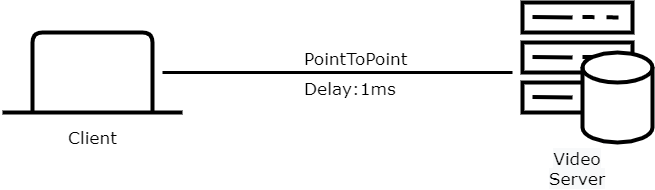
Above: img/scenario1.png in xxliu95/TFM (draw.io), before the change. Source tidied: cells renumbered, new cells last; positions are measured from the earlier drawing's top-left corner, leaving out a move shared by most shapes. The source it was exported from:
```xml
<mxGraphModel background="#ffffff">
  <root>
    <mxCell id="0" />
    <mxCell id="1" parent="0" />
    <mxCell id="2" style="group;" parent="1" vertex="1">
      <mxGeometry y="30" width="180" height="120" as="geometry" />
    </mxCell>
    <mxCell id="3" style="endArrow=none;html=1;strokeWidth=4;fontStyle=0;" parent="2" edge="1">
      <mxGeometry relative="1" as="geometry">
        <mxPoint x="30" y="80" as="sourcePoint" />
        <mxPoint x="150" y="80" as="targetPoint" />
        <Array as="points">
          <mxPoint x="30" />
          <mxPoint x="150" />
        </Array>
      </mxGeometry>
    </mxCell>
    <mxCell id="4" style="endArrow=none;html=1;strokeWidth=4;fontStyle=0;" parent="2" edge="1">
      <mxGeometry relative="1" as="geometry">
        <mxPoint y="80" as="sourcePoint" />
        <mxPoint x="180" y="80" as="targetPoint" />
      </mxGeometry>
    </mxCell>
    <mxCell id="5" value="Client" style="text;html=1;align=center;verticalAlign=middle;fontFamily=Verdana;fontSize=17;fontStyle=0;" parent="2" vertex="1">
      <mxGeometry x="60" y="90" width="60" height="30" as="geometry" />
    </mxCell>
    <mxCell id="6" style="endArrow=none;html=1;strokeWidth=3;fontStyle=0;" parent="1" edge="1">
      <mxGeometry x="230" y="260" as="geometry">
        <mxPoint x="160" y="70" as="sourcePoint" />
        <mxPoint x="510" y="70" as="targetPoint" />
      </mxGeometry>
    </mxCell>
    <mxCell id="7" style="group;strokeWidth=4;" parent="1" vertex="1">
      <mxGeometry x="520" width="110" height="110" as="geometry" />
    </mxCell>
    <mxCell id="8" style="rounded=0;whiteSpace=wrap;html=1;strokeColor=#000000;strokeWidth=4;fillColor=#ffffff;fontFamily=Verdana;fontSize=17;" parent="7" vertex="1">
      <mxGeometry width="110" height="30" as="geometry" />
    </mxCell>
    <mxCell id="9" style="endArrow=none;html=1;strokeWidth=4;fontFamily=Verdana;fontSize=17;" parent="7" edge="1">
      <mxGeometry relative="1" as="geometry">
        <mxPoint x="10" y="14.5" as="sourcePoint" />
        <mxPoint x="50" y="15" as="targetPoint" />
        <Array as="points">
          <mxPoint x="50" y="15" />
        </Array>
      </mxGeometry>
    </mxCell>
    <mxCell id="10" style="endArrow=none;html=1;strokeWidth=4;fontFamily=Verdana;fontSize=17;dashed=1;" parent="7" edge="1">
      <mxGeometry relative="1" as="geometry">
        <mxPoint x="60" y="14.5" as="sourcePoint" />
        <mxPoint x="100" y="15" as="targetPoint" />
        <Array as="points">
          <mxPoint x="100" y="15" />
        </Array>
      </mxGeometry>
    </mxCell>
    <mxCell id="11" style="rounded=0;whiteSpace=wrap;html=1;strokeColor=#000000;strokeWidth=4;fillColor=#ffffff;fontFamily=Verdana;fontSize=17;" parent="7" vertex="1">
      <mxGeometry y="40" width="110" height="30" as="geometry" />
    </mxCell>
    <mxCell id="12" style="endArrow=none;html=1;strokeWidth=4;fontFamily=Verdana;fontSize=17;" parent="7" edge="1">
      <mxGeometry relative="1" as="geometry">
        <mxPoint x="10" y="54.5" as="sourcePoint" />
        <mxPoint x="50" y="55" as="targetPoint" />
        <Array as="points">
          <mxPoint x="50" y="55" />
        </Array>
      </mxGeometry>
    </mxCell>
    <mxCell id="13" style="endArrow=none;html=1;strokeWidth=4;fontFamily=Verdana;fontSize=17;dashed=1;" parent="7" edge="1">
      <mxGeometry relative="1" as="geometry">
        <mxPoint x="60" y="54.5" as="sourcePoint" />
        <mxPoint x="100" y="55" as="targetPoint" />
        <Array as="points">
          <mxPoint x="100" y="55" />
        </Array>
      </mxGeometry>
    </mxCell>
    <mxCell id="14" style="rounded=0;whiteSpace=wrap;html=1;strokeColor=#000000;strokeWidth=4;fillColor=#ffffff;fontFamily=Verdana;fontSize=17;" parent="7" vertex="1">
      <mxGeometry y="80" width="110" height="30" as="geometry" />
    </mxCell>
    <mxCell id="15" style="endArrow=none;html=1;strokeWidth=4;fontFamily=Verdana;fontSize=17;" parent="7" edge="1">
      <mxGeometry relative="1" as="geometry">
        <mxPoint x="10" y="94.5" as="sourcePoint" />
        <mxPoint x="50" y="95" as="targetPoint" />
        <Array as="points">
          <mxPoint x="50" y="95" />
        </Array>
      </mxGeometry>
    </mxCell>
    <mxCell id="16" style="endArrow=none;html=1;strokeWidth=4;fontFamily=Verdana;fontSize=17;dashed=1;" parent="7" edge="1">
      <mxGeometry relative="1" as="geometry">
        <mxPoint x="60" y="94.5" as="sourcePoint" />
        <mxPoint x="100" y="95" as="targetPoint" />
        <Array as="points">
          <mxPoint x="100" y="95" />
        </Array>
      </mxGeometry>
    </mxCell>
    <mxCell id="17" style="shape=cylinder3;whiteSpace=wrap;html=1;boundedLbl=1;backgroundOutline=1;size=15;strokeColor=#000000;strokeWidth=4;fontFamily=Verdana;fontSize=17;" parent="1" vertex="1">
      <mxGeometry x="580" y="50" width="70" height="90" as="geometry" />
    </mxCell>
    <mxCell id="18" value="&lt;span style=&quot;color: rgb(0, 0, 0); font-family: verdana; font-size: 17px; font-style: normal; font-weight: 400; letter-spacing: normal; text-indent: 0px; text-transform: none; word-spacing: 0px; background-color: rgb(248, 249, 250); display: inline; float: none;&quot;&gt;Video&lt;br&gt;Server&lt;br&gt;&lt;/span&gt;" style="text;whiteSpace=wrap;html=1;fontSize=17;fontFamily=Verdana;align=center;" parent="1" vertex="1">
      <mxGeometry x="540" y="140" width="70" height="40" as="geometry" />
    </mxCell>
    <mxCell id="19" value="&lt;div style=&quot;text-align: center&quot;&gt;&lt;span&gt;&lt;font face=&quot;verdana&quot;&gt;PointToPoint&lt;/font&gt;&lt;/span&gt;&lt;/div&gt;" style="text;whiteSpace=wrap;html=1;fontSize=17;fontFamily=Verdana;" parent="1" vertex="1">
      <mxGeometry x="300" y="40" width="80" height="60" as="geometry" />
    </mxCell>
    <mxCell id="20" value="&lt;div style=&quot;text-align: center&quot;&gt;&lt;span&gt;&lt;font face=&quot;verdana&quot;&gt;Delay:1ms&lt;/font&gt;&lt;/span&gt;&lt;/div&gt;" style="text;whiteSpace=wrap;html=1;fontSize=17;fontFamily=Verdana;" parent="1" vertex="1">
      <mxGeometry x="300" y="70" width="80" height="60" as="geometry" />
    </mxCell>
  </root>
</mxGraphModel>
```
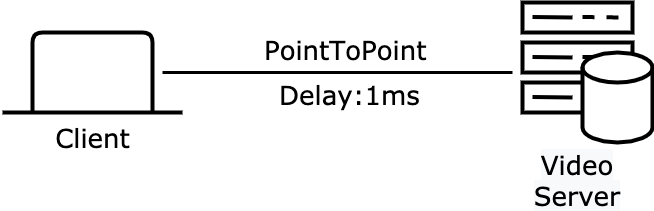
The same file after the commit.

Change to the diagram source:
```diff
@@ -2,10 +2,10 @@
   <root>
     <mxCell id="0" />
     <mxCell id="1" parent="0" />
-    <mxCell id="2" style="group;" parent="1" vertex="1">
-      <mxGeometry y="30" width="180" height="120" as="geometry" />
+    <mxCell id="2" style="group;fontSize=26;" parent="1" vertex="1">
+      <mxGeometry y="30" width="180" height="125" as="geometry" />
     </mxCell>
-    <mxCell id="3" style="endArrow=none;html=1;strokeWidth=4;fontStyle=0;" parent="2" edge="1">
+    <mxCell id="3" style="endArrow=none;html=1;strokeWidth=4;fontStyle=0;fontSize=26;" parent="2" edge="1">
       <mxGeometry relative="1" as="geometry">
         <mxPoint x="30" y="80" as="sourcePoint" />
         <mxPoint x="150" y="80" as="targetPoint" />
@@ -15,28 +15,28 @@
         </Array>
       </mxGeometry>
     </mxCell>
-    <mxCell id="4" style="endArrow=none;html=1;strokeWidth=4;fontStyle=0;" parent="2" edge="1">
+    <mxCell id="4" style="endArrow=none;html=1;strokeWidth=4;fontStyle=0;fontSize=26;" parent="2" edge="1">
       <mxGeometry relative="1" as="geometry">
         <mxPoint y="80" as="sourcePoint" />
         <mxPoint x="180" y="80" as="targetPoint" />
       </mxGeometry>
     </mxCell>
-    <mxCell id="5" value="Client" style="text;html=1;align=center;verticalAlign=middle;fontFamily=Verdana;fontSize=17;fontStyle=0;" parent="2" vertex="1">
-      <mxGeometry x="60" y="90" width="60" height="30" as="geometry" />
+    <mxCell id="5" value="Client" style="text;html=1;align=center;verticalAlign=middle;fontFamily=Verdana;fontSize=26;fontStyle=0;" parent="2" vertex="1">
+      <mxGeometry x="45" y="85" width="90" height="40" as="geometry" />
     </mxCell>
-    <mxCell id="6" style="endArrow=none;html=1;strokeWidth=3;fontStyle=0;" parent="1" edge="1">
+    <mxCell id="6" style="endArrow=none;html=1;strokeWidth=3;fontStyle=0;fontSize=26;" parent="1" edge="1">
       <mxGeometry x="230" y="260" as="geometry">
         <mxPoint x="160" y="70" as="sourcePoint" />
         <mxPoint x="510" y="70" as="targetPoint" />
       </mxGeometry>
     </mxCell>
-    <mxCell id="7" style="group;strokeWidth=4;" parent="1" vertex="1">
+    <mxCell id="7" style="group;strokeWidth=4;fontSize=26;" parent="1" vertex="1">
       <mxGeometry x="520" width="110" height="110" as="geometry" />
     </mxCell>
-    <mxCell id="8" style="rounded=0;whiteSpace=wrap;html=1;strokeColor=#000000;strokeWidth=4;fillColor=#ffffff;fontFamily=Verdana;fontSize=17;" parent="7" vertex="1">
+    <mxCell id="8" style="rounded=0;whiteSpace=wrap;html=1;strokeColor=#000000;strokeWidth=4;fillColor=#ffffff;fontFamily=Verdana;fontSize=26;" parent="7" vertex="1">
       <mxGeometry width="110" height="30" as="geometry" />
     </mxCell>
-    <mxCell id="9" style="endArrow=none;html=1;strokeWidth=4;fontFamily=Verdana;fontSize=17;" parent="7" edge="1">
+    <mxCell id="9" style="endArrow=none;html=1;strokeWidth=4;fontFamily=Verdana;fontSize=26;" parent="7" edge="1">
       <mxGeometry relative="1" as="geometry">
         <mxPoint x="10" y="14.5" as="sourcePoint" />
         <mxPoint x="50" y="15" as="targetPoint" />
@@ -45,7 +45,7 @@
         </Array>
       </mxGeometry>
     </mxCell>
-    <mxCell id="10" style="endArrow=none;html=1;strokeWidth=4;fontFamily=Verdana;fontSize=17;dashed=1;" parent="7" edge="1">
+    <mxCell id="10" style="endArrow=none;html=1;strokeWidth=4;fontFamily=Verdana;fontSize=26;dashed=1;" parent="7" edge="1">
       <mxGeometry relative="1" as="geometry">
         <mxPoint x="60" y="14.5" as="sourcePoint" />
         <mxPoint x="100" y="15" as="targetPoint" />
@@ -54,10 +54,10 @@
         </Array>
       </mxGeometry>
     </mxCell>
-    <mxCell id="11" style="rounded=0;whiteSpace=wrap;html=1;strokeColor=#000000;strokeWidth=4;fillColor=#ffffff;fontFamily=Verdana;fontSize=17;" parent="7" vertex="1">
+    <mxCell id="11" style="rounded=0;whiteSpace=wrap;html=1;strokeColor=#000000;strokeWidth=4;fillColor=#ffffff;fontFamily=Verdana;fontSize=26;" parent="7" vertex="1">
       <mxGeometry y="40" width="110" height="30" as="geometry" />
     </mxCell>
-    <mxCell id="12" style="endArrow=none;html=1;strokeWidth=4;fontFamily=Verdana;fontSize=17;" parent="7" edge="1">
+    <mxCell id="12" style="endArrow=none;html=1;strokeWidth=4;fontFamily=Verdana;fontSize=26;" parent="7" edge="1">
       <mxGeometry relative="1" as="geometry">
         <mxPoint x="10" y="54.5" as="sourcePoint" />
         <mxPoint x="50" y="55" as="targetPoint" />
@@ -66,7 +66,7 @@
         </Array>
       </mxGeometry>
     </mxCell>
-    <mxCell id="13" style="endArrow=none;html=1;strokeWidth=4;fontFamily=Verdana;fontSize=17;dashed=1;" parent="7" edge="1">
+    <mxCell id="13" style="endArrow=none;html=1;strokeWidth=4;fontFamily=Verdana;fontSize=26;dashed=1;" parent="7" edge="1">
       <mxGeometry relative="1" as="geometry">
         <mxPoint x="60" y="54.5" as="sourcePoint" />
         <mxPoint x="100" y="55" as="targetPoint" />
@@ -75,10 +75,10 @@
         </Array>
       </mxGeometry>
     </mxCell>
-    <mxCell id="14" style="rounded=0;whiteSpace=wrap;html=1;strokeColor=#000000;strokeWidth=4;fillColor=#ffffff;fontFamily=Verdana;fontSize=17;" parent="7" vertex="1">
+    <mxCell id="14" style="rounded=0;whiteSpace=wrap;html=1;strokeColor=#000000;strokeWidth=4;fillColor=#ffffff;fontFamily=Verdana;fontSize=26;" parent="7" vertex="1">
       <mxGeometry y="80" width="110" height="30" as="geometry" />
     </mxCell>
-    <mxCell id="15" style="endArrow=none;html=1;strokeWidth=4;fontFamily=Verdana;fontSize=17;" parent="7" edge="1">
+    <mxCell id="15" style="endArrow=none;html=1;strokeWidth=4;fontFamily=Verdana;fontSize=26;" parent="7" edge="1">
       <mxGeometry relative="1" as="geometry">
         <mxPoint x="10" y="94.5" as="sourcePoint" />
         <mxPoint x="50" y="95" as="targetPoint" />
@@ -87,7 +87,7 @@
         </Array>
       </mxGeometry>
     </mxCell>
-    <mxCell id="16" style="endArrow=none;html=1;strokeWidth=4;fontFamily=Verdana;fontSize=17;dashed=1;" parent="7" edge="1">
+    <mxCell id="16" style="endArrow=none;html=1;strokeWidth=4;fontFamily=Verdana;fontSize=26;dashed=1;" parent="7" edge="1">
       <mxGeometry relative="1" as="geometry">
         <mxPoint x="60" y="94.5" as="sourcePoint" />
         <mxPoint x="100" y="95" as="targetPoint" />
@@ -96,17 +96,17 @@
         </Array>
       </mxGeometry>
     </mxCell>
-    <mxCell id="17" style="shape=cylinder3;whiteSpace=wrap;html=1;boundedLbl=1;backgroundOutline=1;size=15;strokeColor=#000000;strokeWidth=4;fontFamily=Verdana;fontSize=17;" parent="1" vertex="1">
+    <mxCell id="17" style="shape=cylinder3;whiteSpace=wrap;html=1;boundedLbl=1;backgroundOutline=1;size=15;strokeColor=#000000;strokeWidth=4;fontFamily=Verdana;fontSize=26;" parent="1" vertex="1">
       <mxGeometry x="580" y="50" width="70" height="90" as="geometry" />
     </mxCell>
-    <mxCell id="18" value="&lt;span style=&quot;color: rgb(0, 0, 0); font-family: verdana; font-size: 17px; font-style: normal; font-weight: 400; letter-spacing: normal; text-indent: 0px; text-transform: none; word-spacing: 0px; background-color: rgb(248, 249, 250); display: inline; float: none;&quot;&gt;Video&lt;br&gt;Server&lt;br&gt;&lt;/span&gt;" style="text;whiteSpace=wrap;html=1;fontSize=17;fontFamily=Verdana;align=center;" parent="1" vertex="1">
+    <mxCell id="18" value="&lt;span style=&quot;color: rgb(0, 0, 0); font-family: verdana; font-size: 26px; font-style: normal; font-weight: 400; letter-spacing: normal; text-indent: 0px; text-transform: none; word-spacing: 0px; background-color: rgb(248, 249, 250); display: inline; float: none;&quot;&gt;Video&lt;br style=&quot;font-size: 26px;&quot;&gt;Server&lt;br style=&quot;font-size: 26px;&quot;&gt;&lt;/span&gt;" style="text;whiteSpace=wrap;html=1;fontSize=26;fontFamily=Verdana;align=center;" parent="1" vertex="1">
       <mxGeometry x="540" y="140" width="70" height="40" as="geometry" />
     </mxCell>
-    <mxCell id="19" value="&lt;div style=&quot;text-align: center&quot;&gt;&lt;span&gt;&lt;font face=&quot;verdana&quot;&gt;PointToPoint&lt;/font&gt;&lt;/span&gt;&lt;/div&gt;" style="text;whiteSpace=wrap;html=1;fontSize=17;fontFamily=Verdana;" parent="1" vertex="1">
-      <mxGeometry x="300" y="40" width="80" height="60" as="geometry" />
+    <mxCell id="19" value="&lt;div style=&quot;text-align: center; font-size: 26px;&quot;&gt;&lt;span style=&quot;font-size: 26px;&quot;&gt;&lt;font face=&quot;verdana&quot; style=&quot;font-size: 26px;&quot;&gt;PointToPoint&lt;/font&gt;&lt;/span&gt;&lt;/div&gt;" style="text;whiteSpace=wrap;html=1;fontSize=26;fontFamily=Verdana;" parent="1" vertex="1">
+      <mxGeometry x="260" y="25" width="80" height="60" as="geometry" />
     </mxCell>
-    <mxCell id="20" value="&lt;div style=&quot;text-align: center&quot;&gt;&lt;span&gt;&lt;font face=&quot;verdana&quot;&gt;Delay:1ms&lt;/font&gt;&lt;/span&gt;&lt;/div&gt;" style="text;whiteSpace=wrap;html=1;fontSize=17;fontFamily=Verdana;" parent="1" vertex="1">
-      <mxGeometry x="300" y="70" width="80" height="60" as="geometry" />
+    <mxCell id="20" value="&lt;div style=&quot;text-align: center; font-size: 26px;&quot;&gt;&lt;span style=&quot;font-size: 26px;&quot;&gt;&lt;font face=&quot;verdana&quot; style=&quot;font-size: 26px;&quot;&gt;Delay:1ms&lt;/font&gt;&lt;/span&gt;&lt;/div&gt;" style="text;whiteSpace=wrap;html=1;fontSize=26;fontFamily=Verdana;" parent="1" vertex="1">
+      <mxGeometry x="275" y="70" width="80" height="60" as="geometry" />
     </mxCell>
   </root>
 </mxGraphModel>
```
